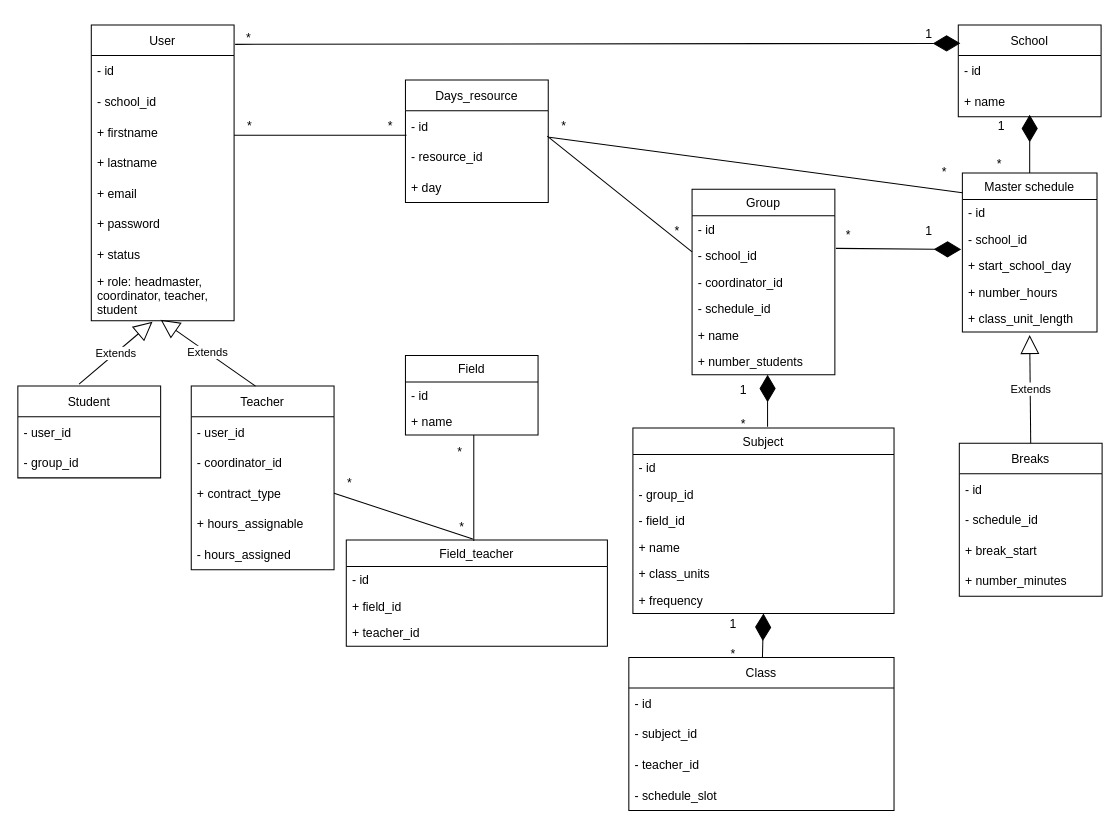
Before: stages/3_Design/entities/entities_UML.drawio in JeromeVargas/schedule_maker, a draw.io diagram. Source tidied: cells renumbered, new cells numbered last; positions are measured from the earlier drawing's top-left corner, leaving out a move shared by most shapes. Both pictures are drawn from the tidied source at 102%, with x=0, y=0 at pixel (17, 18).
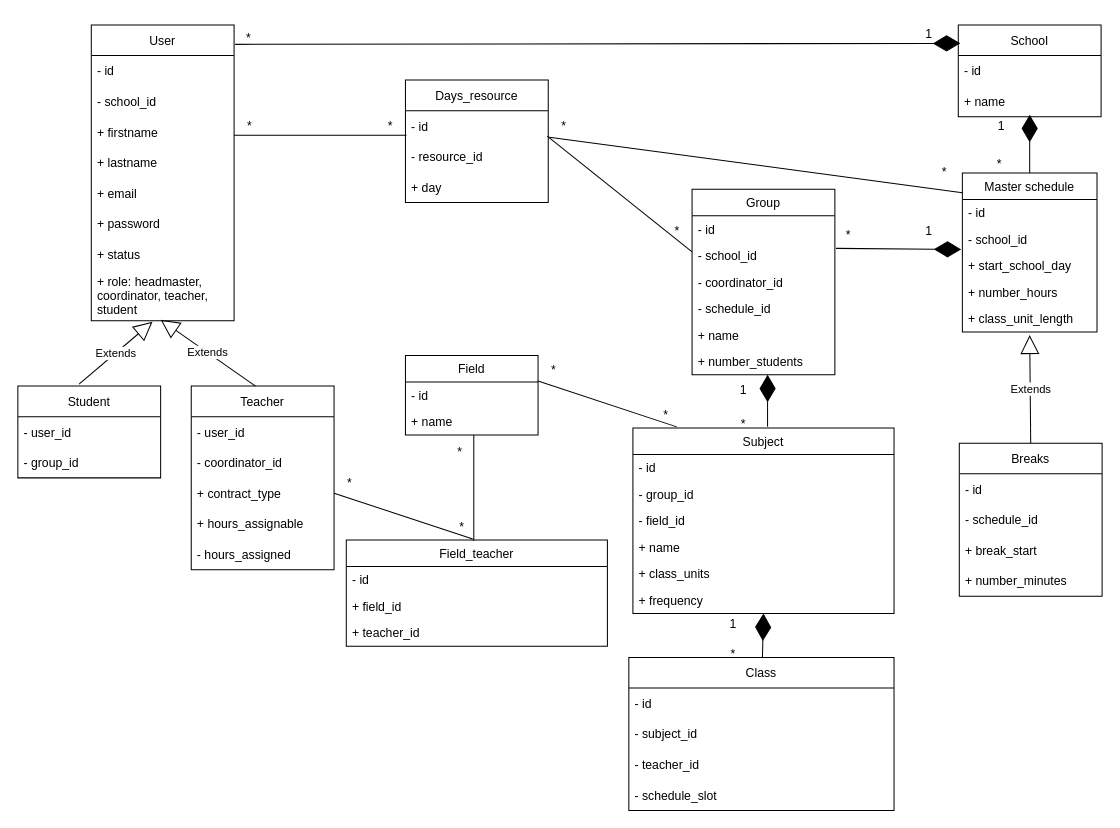
After the change.

Diff of the diagram source:
```diff
@@
+    <mxCell id="95" value="*" style="text;html=1;align=center;verticalAlign=middle;strokeColor=none;fillColor=none;" parent="1" vertex="1">
+      <mxGeometry x="510" y="330" width="30" height="30" as="geometry" />
+    </mxCell>
+    <mxCell id="96" value="*" style="text;html=1;align=center;verticalAlign=middle;strokeColor=none;fillColor=none;" parent="1" vertex="1">
+      <mxGeometry x="620" y="374" width="30" height="30" as="geometry" />
+    </mxCell>
+    <mxCell id="97" style="endArrow=none;endFill=1;endSize=24;html=1;rounded=0;entryX=1;entryY=0.5;entryDx=0;entryDy=0;" parent="1" edge="1">
+      <mxGeometry relative="1" as="geometry">
+        <mxPoint x="646" y="400" as="sourcePoint" />
+        <mxPoint x="510" y="355" as="targetPoint" />
+      </mxGeometry>
+    </mxCell>
```
